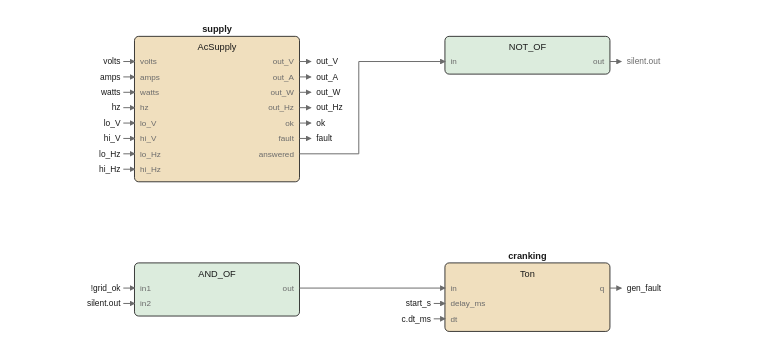
Above: images/logic/ac_local_watch_fbd.drawio.svg in pstch/botanik2 (draw.io), before the change. Source tidied: cells renumbered, new cells last; positions are measured from the earlier drawing's top-left corner, leaving out a move shared by most shapes.
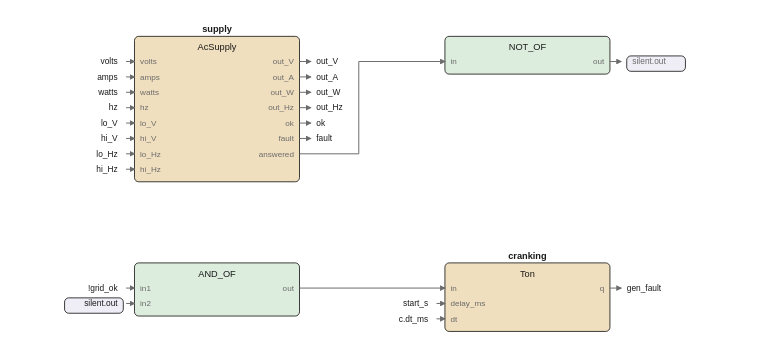
Above is the later version.

Change to the diagram source:
```diff
@@ -104,201 +104,182 @@
     <mxCell id="35" value="q" style="text;html=1;whiteSpace=nowrap;fontSize=6;fontColor=#6b6b6b;align=right;verticalAlign=middle;" parent="1" vertex="1">
       <mxGeometry x="363" y="185.7" width="20" height="9.8" as="geometry" />
     </mxCell>
-    <mxCell id="36" style="edgeStyle=none;html=1;strokeColor=#6b6b6b;endArrow=block;" parent="1" edge="1">
+    <mxCell id="36" style="edgeStyle=none;html=1;strokeColor=#6b6b6b;endArrow=block;exitX=1;exitY=0.1731;exitDx=0;exitDy=0;" parent="1" edge="1" source="2">
       <mxGeometry relative="1" as="geometry">
-        <mxPoint x="165" y="28" as="sourcePoint" />
         <mxPoint x="173" y="28" as="targetPoint" />
       </mxGeometry>
     </mxCell>
     <mxCell id="37" value="out_V" style="text;html=1;whiteSpace=nowrap;fontSize=6;fontColor=#1a1a1a;align=left;verticalAlign=middle;" parent="1" vertex="1">
       <mxGeometry x="177" y="23.5" width="20.5" height="10" as="geometry" />
     </mxCell>
-    <mxCell id="38" style="edgeStyle=none;html=1;strokeColor=#6b6b6b;endArrow=block;" parent="1" edge="1">
+    <mxCell id="38" style="edgeStyle=none;html=1;strokeColor=#6b6b6b;endArrow=block;exitX=1;exitY=0.2788;exitDx=0;exitDy=0;" parent="1" edge="1" source="2">
       <mxGeometry relative="1" as="geometry">
-        <mxPoint x="165" y="39" as="sourcePoint" />
         <mxPoint x="173" y="39" as="targetPoint" />
       </mxGeometry>
     </mxCell>
     <mxCell id="39" value="out_A" style="text;html=1;whiteSpace=nowrap;fontSize=6;fontColor=#1a1a1a;align=left;verticalAlign=middle;" parent="1" vertex="1">
       <mxGeometry x="177" y="34.5" width="20.5" height="10" as="geometry" />
     </mxCell>
-    <mxCell id="40" style="edgeStyle=none;html=1;strokeColor=#6b6b6b;endArrow=block;" parent="1" edge="1">
+    <mxCell id="40" style="edgeStyle=none;html=1;strokeColor=#6b6b6b;endArrow=block;exitX=1;exitY=0.3846;exitDx=0;exitDy=0;" parent="1" edge="1" source="2">
       <mxGeometry relative="1" as="geometry">
-        <mxPoint x="165" y="50" as="sourcePoint" />
         <mxPoint x="173" y="50" as="targetPoint" />
       </mxGeometry>
     </mxCell>
     <mxCell id="41" value="out_W" style="text;html=1;whiteSpace=nowrap;fontSize=6;fontColor=#1a1a1a;align=left;verticalAlign=middle;" parent="1" vertex="1">
       <mxGeometry x="177" y="45.5" width="20.5" height="10" as="geometry" />
     </mxCell>
-    <mxCell id="42" style="edgeStyle=none;html=1;strokeColor=#6b6b6b;endArrow=block;" parent="1" edge="1">
+    <mxCell id="42" style="edgeStyle=none;html=1;strokeColor=#6b6b6b;endArrow=block;exitX=1;exitY=0.4904;exitDx=0;exitDy=0;" parent="1" edge="1" source="2">
       <mxGeometry relative="1" as="geometry">
-        <mxPoint x="165" y="61" as="sourcePoint" />
         <mxPoint x="173" y="61" as="targetPoint" />
       </mxGeometry>
     </mxCell>
     <mxCell id="43" value="out_Hz" style="text;html=1;whiteSpace=nowrap;fontSize=6;fontColor=#1a1a1a;align=left;verticalAlign=middle;" parent="1" vertex="1">
       <mxGeometry x="177" y="56.5" width="23.8" height="10" as="geometry" />
     </mxCell>
-    <mxCell id="44" style="edgeStyle=none;html=1;strokeColor=#6b6b6b;endArrow=block;" parent="1" edge="1">
+    <mxCell id="44" style="edgeStyle=none;html=1;strokeColor=#6b6b6b;endArrow=block;exitX=1;exitY=0.5962;exitDx=0;exitDy=0;" parent="1" edge="1" source="2">
       <mxGeometry relative="1" as="geometry">
-        <mxPoint x="165" y="72" as="sourcePoint" />
         <mxPoint x="173" y="72" as="targetPoint" />
       </mxGeometry>
     </mxCell>
     <mxCell id="45" value="ok" style="text;html=1;whiteSpace=nowrap;fontSize=6;fontColor=#1a1a1a;align=left;verticalAlign=middle;" parent="1" vertex="1">
       <mxGeometry x="177" y="67.5" width="20" height="10" as="geometry" />
     </mxCell>
-    <mxCell id="46" style="edgeStyle=none;html=1;strokeColor=#6b6b6b;endArrow=block;" parent="1" edge="1">
+    <mxCell id="46" style="edgeStyle=none;html=1;strokeColor=#6b6b6b;endArrow=block;exitX=1;exitY=0.7019;exitDx=0;exitDy=0;" parent="1" edge="1" source="2">
       <mxGeometry relative="1" as="geometry">
-        <mxPoint x="165" y="83" as="sourcePoint" />
         <mxPoint x="173" y="83" as="targetPoint" />
       </mxGeometry>
     </mxCell>
     <mxCell id="47" value="fault" style="text;html=1;whiteSpace=nowrap;fontSize=6;fontColor=#1a1a1a;align=left;verticalAlign=middle;" parent="1" vertex="1">
       <mxGeometry x="177" y="78.5" width="20.5" height="10" as="geometry" />
     </mxCell>
-    <mxCell id="48" style="edgeStyle=none;html=1;strokeColor=#6b6b6b;endArrow=block;" parent="1" edge="1">
+    <mxCell id="48" style="edgeStyle=none;html=1;strokeColor=#6b6b6b;endArrow=block;exitX=1;exitY=0.3673;exitDx=0;exitDy=0;" parent="1" edge="1" source="29">
       <mxGeometry relative="1" as="geometry">
-        <mxPoint x="387" y="190" as="sourcePoint" />
         <mxPoint x="395" y="190" as="targetPoint" />
       </mxGeometry>
     </mxCell>
     <mxCell id="49" value="gen_fault" style="text;html=1;whiteSpace=nowrap;fontSize=6;fontColor=#1a1a1a;align=left;verticalAlign=middle;" parent="1" vertex="1">
       <mxGeometry x="399" y="185.5" width="33.7" height="10" as="geometry" />
     </mxCell>
-    <mxCell id="50" style="edgeStyle=none;html=1;strokeColor=#6b6b6b;endArrow=block;" parent="1" edge="1">
+    <mxCell id="50" style="edgeStyle=none;html=1;strokeColor=#6b6b6b;endArrow=block;exitX=1;exitY=0.6667;exitDx=0;exitDy=0;" parent="1" edge="1" source="20">
       <mxGeometry relative="1" as="geometry">
-        <mxPoint x="387" y="28" as="sourcePoint" />
         <mxPoint x="395" y="28" as="targetPoint" />
       </mxGeometry>
     </mxCell>
-    <mxCell id="51" value="silent.out" style="text;html=1;whiteSpace=nowrap;fontSize=6;fontColor=#6b6b6b;align=left;verticalAlign=middle;" parent="1" vertex="1">
-      <mxGeometry x="399" y="23.5" width="37" height="10" as="geometry" />
+    <mxCell id="51" style="rounded=1;fillColor=#efeef6;strokeColor=#1a1a1a;whiteSpace=wrap;html=1;fontSize=8;" parent="1" vertex="1">
+      <mxGeometry x="399" y="24" width="42" height="11" as="geometry" />
     </mxCell>
-    <mxCell id="52" style="edgeStyle=none;html=1;strokeColor=#6b6b6b;endArrow=block;" parent="1" edge="1">
-      <mxGeometry relative="1" as="geometry">
-        <mxPoint x="165" y="94" as="sourcePoint" />
-        <mxPoint x="269" y="28" as="targetPoint" />
-        <Array as="points">
-          <mxPoint x="207.4" y="94" />
-          <mxPoint x="207.4" y="28" />
-        </Array>
-      </mxGeometry>
-    </mxCell>
+    <mxCell id="72" value="silent.out" style="text;html=1;whiteSpace=nowrap;fontSize=6;fontColor=#6b6b6b;align=left;verticalAlign=middle;" parent="1" vertex="1">
+      <mxGeometry x="403" y="23.5" width="37" height="10" as="geometry" />
+    </mxCell>
-    <mxCell id="53" style="edgeStyle=none;html=1;strokeColor=#6b6b6b;endArrow=block;" parent="1" edge="1">
+    <mxCell id="53" style="edgeStyle=none;html=1;strokeColor=#6b6b6b;endArrow=block;exitX=1;exitY=0.8077;exitDx=0;exitDy=0;entryX=0;entryY=0.6667;entryDx=0;entryDy=0;" parent="1" edge="1" source="2" target="20">
       <mxGeometry relative="1" as="geometry">
-        <mxPoint x="165" y="190" as="sourcePoint" />
-        <mxPoint x="269" y="190" as="targetPoint" />
+        <Array as="points">
+          <mxPoint x="207.4" y="94" />
+          <mxPoint x="207.4" y="28" />
+        </Array>
       </mxGeometry>
     </mxCell>
+    <mxCell id="78" style="edgeStyle=none;html=1;strokeColor=#6b6b6b;endArrow=block;exitX=1;exitY=0.4737;exitDx=0;exitDy=0;entryX=0;entryY=0.3673;entryDx=0;entryDy=0;" parent="1" edge="1" source="24" target="29">
+      <mxGeometry relative="1" as="geometry" />
+    </mxCell>
     <mxCell id="54" value="volts" style="text;html=1;whiteSpace=nowrap;fontSize=6;fontColor=#1a1a1a;align=right;verticalAlign=middle;" parent="1" vertex="1">
-      <mxGeometry x="16.5" y="23.5" width="20.5" height="10" as="geometry" />
+      <mxGeometry x="14.5" y="23.5" width="20.5" height="10" as="geometry" />
     </mxCell>
-    <mxCell id="55" style="edgeStyle=none;html=1;strokeColor=#6b6b6b;endArrow=block;" parent="1" edge="1">
-      <mxGeometry relative="1" as="geometry">
-        <mxPoint x="39" y="28" as="sourcePoint" />
-        <mxPoint x="47" y="28" as="targetPoint" />
-      </mxGeometry>
-    </mxCell>
+    <mxCell id="79" style="edgeStyle=none;html=1;strokeColor=#6b6b6b;endArrow=block;entryX=0;entryY=0.1731;entryDx=0;entryDy=0;" parent="1" edge="1" target="2">
+      <mxGeometry relative="1" as="geometry">
+        <mxPoint x="41" y="28" as="sourcePoint" />
+      </mxGeometry>
+    </mxCell>
     <mxCell id="56" value="amps" style="text;html=1;whiteSpace=nowrap;fontSize=6;fontColor=#1a1a1a;align=right;verticalAlign=middle;" parent="1" vertex="1">
-      <mxGeometry x="17" y="34.5" width="20" height="10" as="geometry" />
+      <mxGeometry x="15" y="34.5" width="20" height="10" as="geometry" />
     </mxCell>
-    <mxCell id="57" style="edgeStyle=none;html=1;strokeColor=#6b6b6b;endArrow=block;" parent="1" edge="1">
-      <mxGeometry relative="1" as="geometry">
-        <mxPoint x="39" y="39" as="sourcePoint" />
-        <mxPoint x="47" y="39" as="targetPoint" />
-      </mxGeometry>
-    </mxCell>
+    <mxCell id="80" style="edgeStyle=none;html=1;strokeColor=#6b6b6b;endArrow=block;entryX=0;entryY=0.2788;entryDx=0;entryDy=0;" parent="1" edge="1" target="2">
+      <mxGeometry relative="1" as="geometry">
+        <mxPoint x="41" y="39" as="sourcePoint" />
+      </mxGeometry>
+    </mxCell>
     <mxCell id="58" value="watts" style="text;html=1;whiteSpace=nowrap;fontSize=6;fontColor=#1a1a1a;align=right;verticalAlign=middle;" parent="1" vertex="1">
-      <mxGeometry x="16.5" y="45.5" width="20.5" height="10" as="geometry" />
+      <mxGeometry x="14.5" y="45.5" width="20.5" height="10" as="geometry" />
     </mxCell>
-    <mxCell id="59" style="edgeStyle=none;html=1;strokeColor=#6b6b6b;endArrow=block;" parent="1" edge="1">
-      <mxGeometry relative="1" as="geometry">
-        <mxPoint x="39" y="50" as="sourcePoint" />
-        <mxPoint x="47" y="50" as="targetPoint" />
-      </mxGeometry>
-    </mxCell>
+    <mxCell id="81" style="edgeStyle=none;html=1;strokeColor=#6b6b6b;endArrow=block;entryX=0;entryY=0.3846;entryDx=0;entryDy=0;" parent="1" edge="1" target="2">
+      <mxGeometry relative="1" as="geometry">
+        <mxPoint x="41" y="50" as="sourcePoint" />
+      </mxGeometry>
+    </mxCell>
     <mxCell id="60" value="hz" style="text;html=1;whiteSpace=nowrap;fontSize=6;fontColor=#1a1a1a;align=right;verticalAlign=middle;" parent="1" vertex="1">
-      <mxGeometry x="17" y="56.5" width="20" height="10" as="geometry" />
+      <mxGeometry x="15" y="56.5" width="20" height="10" as="geometry" />
     </mxCell>
-    <mxCell id="61" style="edgeStyle=none;html=1;strokeColor=#6b6b6b;endArrow=block;" parent="1" edge="1">
-      <mxGeometry relative="1" as="geometry">
-        <mxPoint x="39" y="61" as="sourcePoint" />
-        <mxPoint x="47" y="61" as="targetPoint" />
-      </mxGeometry>
-    </mxCell>
+    <mxCell id="82" style="edgeStyle=none;html=1;strokeColor=#6b6b6b;endArrow=block;entryX=0;entryY=0.4904;entryDx=0;entryDy=0;" parent="1" edge="1" target="2">
+      <mxGeometry relative="1" as="geometry">
+        <mxPoint x="41" y="61" as="sourcePoint" />
+      </mxGeometry>
+    </mxCell>
     <mxCell id="62" value="lo_V" style="text;html=1;whiteSpace=nowrap;fontSize=6;fontColor=#1a1a1a;align=right;verticalAlign=middle;" parent="1" vertex="1">
-      <mxGeometry x="17" y="67.5" width="20" height="10" as="geometry" />
+      <mxGeometry x="15" y="67.5" width="20" height="10" as="geometry" />
     </mxCell>
-    <mxCell id="63" style="edgeStyle=none;html=1;strokeColor=#6b6b6b;endArrow=block;" parent="1" edge="1">
-      <mxGeometry relative="1" as="geometry">
-        <mxPoint x="39" y="72" as="sourcePoint" />
-        <mxPoint x="47" y="72" as="targetPoint" />
-      </mxGeometry>
-    </mxCell>
+    <mxCell id="83" style="edgeStyle=none;html=1;strokeColor=#6b6b6b;endArrow=block;entryX=0;entryY=0.5962;entryDx=0;entryDy=0;" parent="1" edge="1" target="2">
+      <mxGeometry relative="1" as="geometry">
+        <mxPoint x="41" y="72" as="sourcePoint" />
+      </mxGeometry>
+    </mxCell>
     <mxCell id="64" value="hi_V" style="text;html=1;whiteSpace=nowrap;fontSize=6;fontColor=#1a1a1a;align=right;verticalAlign=middle;" parent="1" vertex="1">
-      <mxGeometry x="17" y="78.5" width="20" height="10" as="geometry" />
+      <mxGeometry x="15" y="78.5" width="20" height="10" as="geometry" />
     </mxCell>
-    <mxCell id="65" style="edgeStyle=none;html=1;strokeColor=#6b6b6b;endArrow=block;" parent="1" edge="1">
-      <mxGeometry relative="1" as="geometry">
-        <mxPoint x="39" y="83" as="sourcePoint" />
-        <mxPoint x="47" y="83" as="targetPoint" />
-      </mxGeometry>
-    </mxCell>
+    <mxCell id="84" style="edgeStyle=none;html=1;strokeColor=#6b6b6b;endArrow=block;entryX=0;entryY=0.7019;entryDx=0;entryDy=0;" parent="1" edge="1" target="2">
+      <mxGeometry relative="1" as="geometry">
+        <mxPoint x="41" y="83" as="sourcePoint" />
+      </mxGeometry>
+    </mxCell>
     <mxCell id="66" value="lo_Hz" style="text;html=1;whiteSpace=nowrap;fontSize=6;fontColor=#1a1a1a;align=right;verticalAlign=middle;" parent="1" vertex="1">
-      <mxGeometry x="16.5" y="89.5" width="20.5" height="10" as="geometry" />
+      <mxGeometry x="14.5" y="89.5" width="20.5" height="10" as="geometry" />
     </mxCell>
-    <mxCell id="67" style="edgeStyle=none;html=1;strokeColor=#6b6b6b;endArrow=block;" parent="1" edge="1">
-      <mxGeometry relative="1" as="geometry">
-        <mxPoint x="39" y="94" as="sourcePoint" />
-        <mxPoint x="47" y="94" as="targetPoint" />
-      </mxGeometry>
-    </mxCell>
+    <mxCell id="85" style="edgeStyle=none;html=1;strokeColor=#6b6b6b;endArrow=block;entryX=0;entryY=0.8077;entryDx=0;entryDy=0;" parent="1" edge="1" target="2">
+      <mxGeometry relative="1" as="geometry">
+        <mxPoint x="41" y="94" as="sourcePoint" />
+      </mxGeometry>
+    </mxCell>
     <mxCell id="68" value="hi_Hz" style="text;html=1;whiteSpace=nowrap;fontSize=6;fontColor=#1a1a1a;align=right;verticalAlign=middle;" parent="1" vertex="1">
-      <mxGeometry x="16.5" y="100.5" width="20.5" height="10" as="geometry" />
+      <mxGeometry x="14.5" y="100.5" width="20.5" height="10" as="geometry" />
     </mxCell>
-    <mxCell id="69" style="edgeStyle=none;html=1;strokeColor=#6b6b6b;endArrow=block;" parent="1" edge="1">
-      <mxGeometry relative="1" as="geometry">
-        <mxPoint x="39" y="105" as="sourcePoint" />
-        <mxPoint x="47" y="105" as="targetPoint" />
-      </mxGeometry>
-    </mxCell>
+    <mxCell id="86" style="edgeStyle=none;html=1;strokeColor=#6b6b6b;endArrow=block;entryX=0;entryY=0.9135;entryDx=0;entryDy=0;" parent="1" edge="1" target="2">
+      <mxGeometry relative="1" as="geometry">
+        <mxPoint x="41" y="105" as="sourcePoint" />
+      </mxGeometry>
+    </mxCell>
     <mxCell id="70" value="!grid_ok" style="text;html=1;whiteSpace=nowrap;fontSize=6;fontColor=#1a1a1a;align=right;verticalAlign=middle;" parent="1" vertex="1">
-      <mxGeometry x="6.6" y="185.5" width="30.4" height="10" as="geometry" />
+      <mxGeometry x="4.6" y="185.5" width="30.4" height="10" as="geometry" />
     </mxCell>
-    <mxCell id="71" style="edgeStyle=none;html=1;strokeColor=#6b6b6b;endArrow=block;" parent="1" edge="1">
-      <mxGeometry relative="1" as="geometry">
-        <mxPoint x="39" y="190" as="sourcePoint" />
-        <mxPoint x="47" y="190" as="targetPoint" />
-      </mxGeometry>
-    </mxCell>
-    <mxCell id="72" value="silent.out" style="text;html=1;whiteSpace=nowrap;fontSize=6;fontColor=#1a1a1a;align=right;verticalAlign=middle;" parent="1" vertex="1">
-      <mxGeometry y="196.5" width="37" height="10" as="geometry" />
-    </mxCell>
-    <mxCell id="73" style="edgeStyle=none;html=1;strokeColor=#6b6b6b;endArrow=block;" parent="1" edge="1">
-      <mxGeometry relative="1" as="geometry">
-        <mxPoint x="39" y="201" as="sourcePoint" />
-        <mxPoint x="47" y="201" as="targetPoint" />
-      </mxGeometry>
-    </mxCell>
+    <mxCell id="87" style="edgeStyle=none;html=1;strokeColor=#6b6b6b;endArrow=block;entryX=0;entryY=0.4737;entryDx=0;entryDy=0;" parent="1" edge="1" target="24">
+      <mxGeometry relative="1" as="geometry">
+        <mxPoint x="41" y="190" as="sourcePoint" />
+      </mxGeometry>
+    </mxCell>
+    <mxCell id="88" style="rounded=1;fillColor=#efeef6;strokeColor=#1a1a1a;whiteSpace=wrap;html=1;fontSize=8;" parent="1" vertex="1">
+      <mxGeometry x="-3" y="197" width="42" height="11" as="geometry" />
+    </mxCell>
-    <mxCell id="74" value="start_s" style="text;html=1;whiteSpace=nowrap;fontSize=6;fontColor=#1a1a1a;align=right;verticalAlign=middle;" parent="1" vertex="1">
-      <mxGeometry x="231.9" y="196.5" width="27.1" height="10" as="geometry" />
+    <mxCell id="74" value="silent.out" style="text;html=1;whiteSpace=nowrap;fontSize=6;fontColor=#1a1a1a;align=right;verticalAlign=middle;" parent="1" vertex="1">
+      <mxGeometry x="-2" y="196.5" width="37" height="10" as="geometry" />
     </mxCell>
-    <mxCell id="75" style="edgeStyle=none;html=1;strokeColor=#6b6b6b;endArrow=block;" parent="1" edge="1">
+    <mxCell id="75" style="edgeStyle=none;html=1;strokeColor=#6b6b6b;endArrow=block;entryX=0;entryY=0.7632;entryDx=0;entryDy=0;" parent="1" edge="1" target="24">
       <mxGeometry relative="1" as="geometry">
-        <mxPoint x="261" y="201" as="sourcePoint" />
-        <mxPoint x="269" y="201" as="targetPoint" />
+        <mxPoint x="41" y="201" as="sourcePoint" />
       </mxGeometry>
     </mxCell>
-    <mxCell id="76" value="c.dt_ms" style="text;html=1;whiteSpace=nowrap;fontSize=6;fontColor=#1a1a1a;align=right;verticalAlign=middle;" parent="1" vertex="1">
-      <mxGeometry x="231.9" y="207.5" width="27.1" height="10" as="geometry" />
+    <mxCell id="76" value="start_s" style="text;html=1;whiteSpace=nowrap;fontSize=6;fontColor=#1a1a1a;align=right;verticalAlign=middle;" parent="1" vertex="1">
+      <mxGeometry x="229.9" y="196.5" width="27.1" height="10" as="geometry" />
     </mxCell>
-    <mxCell id="77" style="edgeStyle=none;html=1;strokeColor=#6b6b6b;endArrow=block;" parent="1" edge="1">
+    <mxCell id="77" style="edgeStyle=none;html=1;strokeColor=#6b6b6b;endArrow=block;entryX=0;entryY=0.5918;entryDx=0;entryDy=0;" parent="1" edge="1" target="29">
       <mxGeometry relative="1" as="geometry">
-        <mxPoint x="261" y="212" as="sourcePoint" />
-        <mxPoint x="269" y="212" as="targetPoint" />
+        <mxPoint x="263" y="201" as="sourcePoint" />
       </mxGeometry>
     </mxCell>
+    <mxCell id="89" value="c.dt_ms" style="text;html=1;whiteSpace=nowrap;fontSize=6;fontColor=#1a1a1a;align=right;verticalAlign=middle;" parent="1" vertex="1">
+      <mxGeometry x="229.9" y="207.5" width="27.1" height="10" as="geometry" />
+    </mxCell>
+    <mxCell id="90" style="edgeStyle=none;html=1;strokeColor=#6b6b6b;endArrow=block;entryX=0;entryY=0.8163;entryDx=0;entryDy=0;" parent="1" edge="1" target="29">
+      <mxGeometry relative="1" as="geometry">
+        <mxPoint x="263" y="212" as="sourcePoint" />
+      </mxGeometry>
+    </mxCell>
   </root>
 </mxGraphModel>
```
